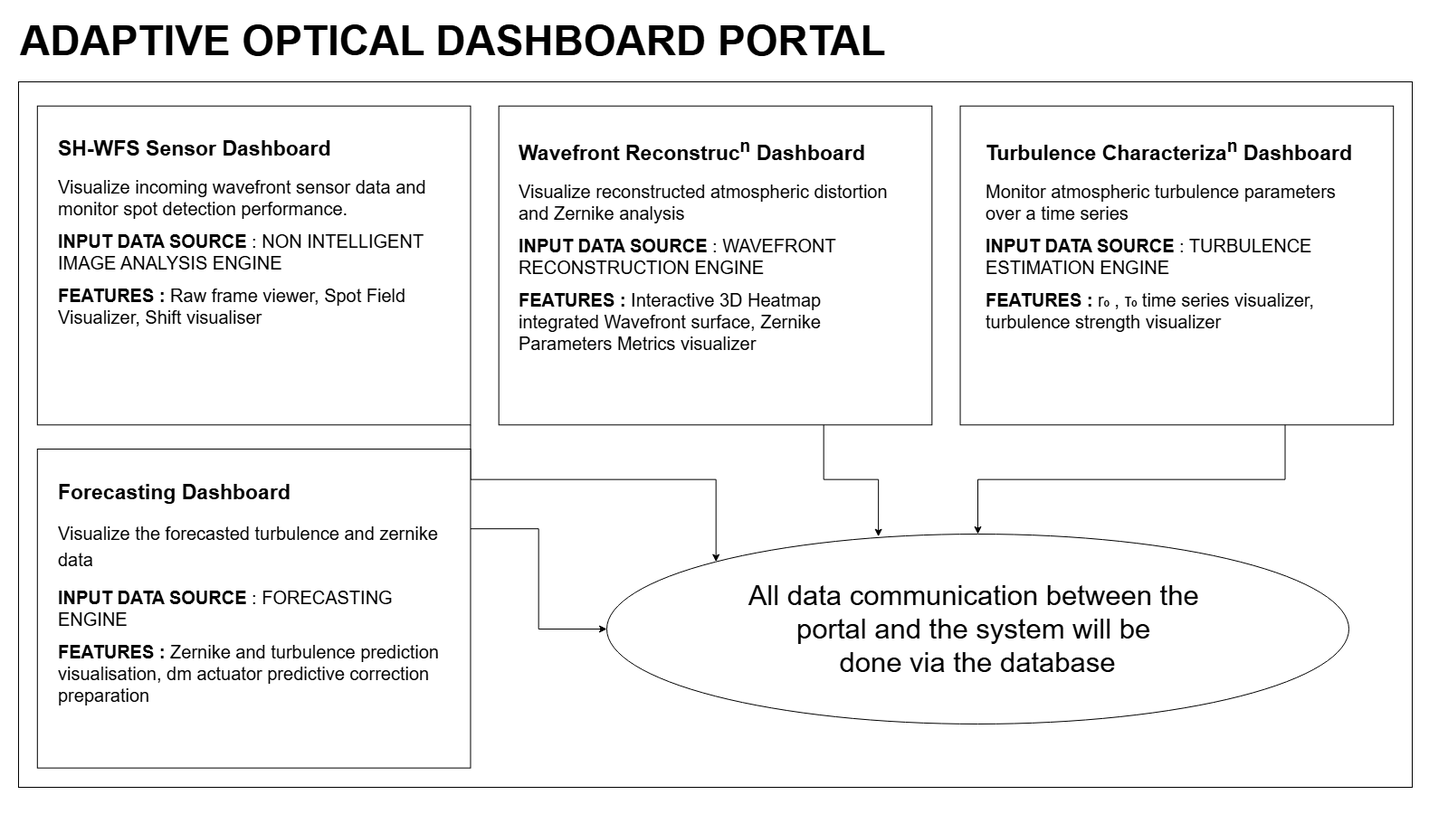
The draw.io diagram static/modal-1.png in preetmish086/bah-wavefront-reconstruction, before a commit. Source tidied: cells renumbered, new cells last; positions are measured from the earlier drawing's top-left corner, leaving out a move shared by most shapes.
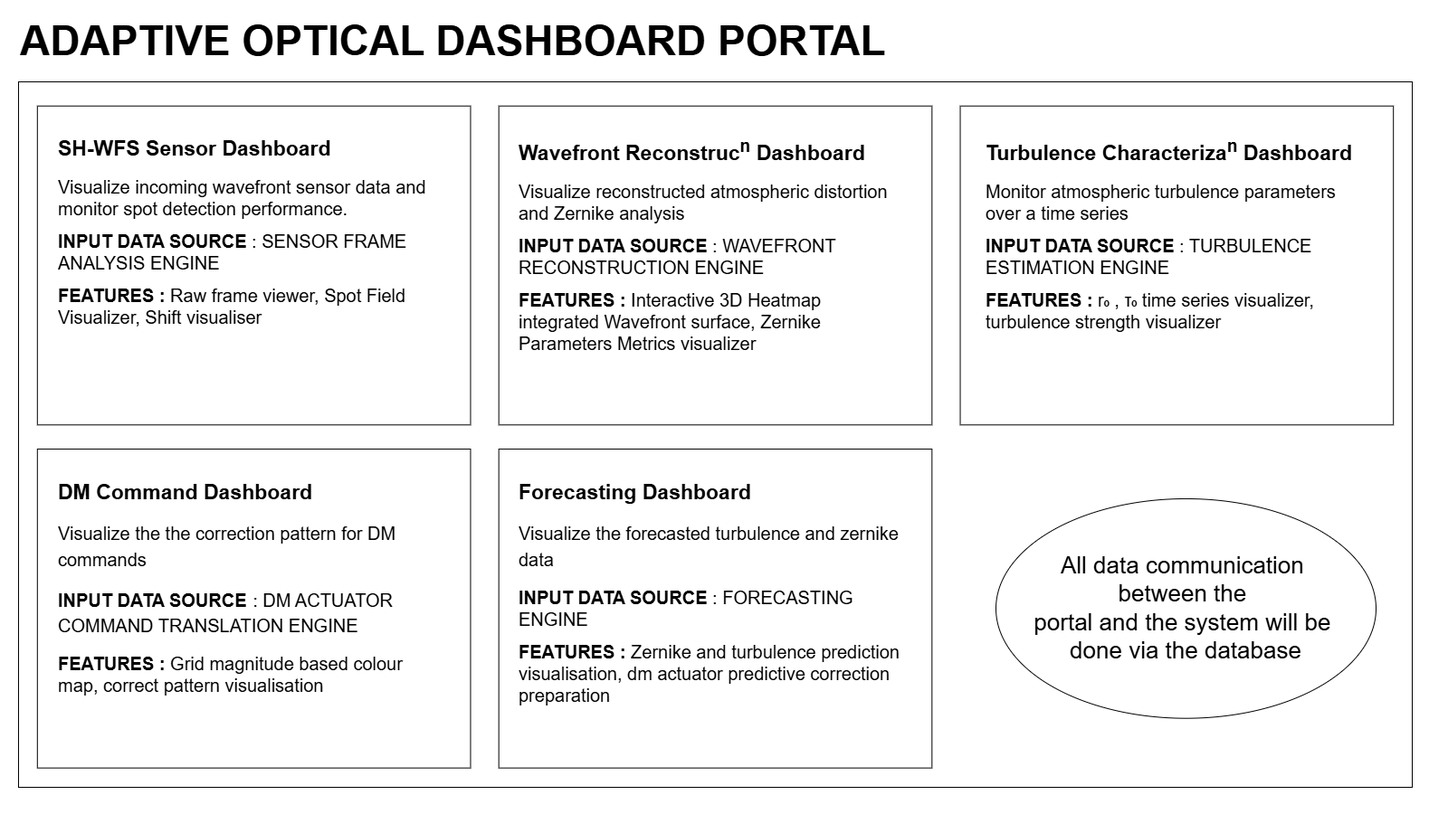
After the change.

Change to the diagram source:
```diff
@@ -8,22 +8,16 @@
     <mxCell id="3" style="rounded=0;whiteSpace=wrap;html=1;fillColor=none;" parent="1" vertex="1">
       <mxGeometry y="60" width="1540" height="780" as="geometry" />
     </mxCell>
-    <mxCell id="4" style="edgeStyle=orthogonalEdgeStyle;rounded=0;jettySize=auto;html=1;exitX=1;exitY=1;exitDx=0;exitDy=0;entryX=0;entryY=0;entryDx=0;entryDy=0;" parent="1" edge="1" source="5" target="14">
-      <mxGeometry relative="1" as="geometry" />
-    </mxCell>
     <mxCell id="5" style="rounded=0;whiteSpace=wrap;html=1;" parent="1" vertex="1">
       <mxGeometry x="20.8" y="86.7" width="478.6" height="352.6" as="geometry" />
     </mxCell>
     <mxCell id="6" style="rounded=0;whiteSpace=wrap;html=1;" parent="1" vertex="1">
       <mxGeometry x="1040.5" y="86.7" width="478.6" height="352.6" as="geometry" />
     </mxCell>
-    <mxCell id="7" style="edgeStyle=orthogonalEdgeStyle;rounded=0;jettySize=auto;html=1;exitX=1;exitY=0.25;exitDx=0;exitDy=0;entryX=0;entryY=0.5;entryDx=0;entryDy=0;" parent="1" edge="1" source="8" target="14">
-      <mxGeometry relative="1" as="geometry" />
-    </mxCell>
     <mxCell id="8" style="rounded=0;whiteSpace=wrap;html=1;" parent="1" vertex="1">
-      <mxGeometry x="20.8" y="466" width="478.6" height="352.6" as="geometry" />
+      <mxGeometry x="530.7" y="466" width="478.6" height="352.6" as="geometry" />
     </mxCell>
-    <mxCell id="9" value="&lt;h1 style=&quot;margin-top: 0px;&quot;&gt;&lt;font style=&quot;font-size: 23px;&quot;&gt;SH-WFS Sensor Dashboard&lt;/font&gt;&lt;/h1&gt;&lt;p&gt;&lt;font style=&quot;font-size: 20px;&quot;&gt;Visualize incoming wavefront sensor data and monitor spot detection performance.&lt;br&gt;&lt;/font&gt;&lt;/p&gt;&lt;p&gt;&lt;span style=&quot;font-size: 20px;&quot;&gt;&lt;b&gt;INPUT DATA SOURCE &lt;/b&gt;:&amp;nbsp;&lt;/span&gt;&lt;span style=&quot;background-color: transparent; font-size: 20px;&quot;&gt;NON INTELLIGENT IMAGE ANALYSIS ENGINE&lt;/span&gt;&lt;/p&gt;&lt;p&gt;&lt;span style=&quot;font-size: 20px;&quot;&gt;&lt;b&gt;FEATURES : &lt;/b&gt;Raw frame viewer, Spot Field Visualizer, Shift visualiser&lt;/span&gt;&lt;/p&gt;" style="text;html=1;whiteSpace=wrap;overflow=hidden;rounded=0;" parent="1" vertex="1">
+    <mxCell id="9" value="&lt;h1 style=&quot;margin-top: 0px;&quot;&gt;&lt;font style=&quot;font-size: 23px;&quot;&gt;SH-WFS Sensor Dashboard&lt;/font&gt;&lt;/h1&gt;&lt;p&gt;&lt;font style=&quot;font-size: 20px;&quot;&gt;Visualize incoming wavefront sensor data and monitor spot detection performance.&lt;br&gt;&lt;/font&gt;&lt;/p&gt;&lt;p&gt;&lt;span style=&quot;font-size: 20px;&quot;&gt;&lt;b&gt;INPUT DATA SOURCE &lt;/b&gt;: SENSOR FRAME ANALYSIS ENGINE&lt;/span&gt;&lt;/p&gt;&lt;p&gt;&lt;span style=&quot;font-size: 20px;&quot;&gt;&lt;b&gt;FEATURES : &lt;/b&gt;Raw frame viewer, Spot Field Visualizer, Shift visualiser&lt;/span&gt;&lt;/p&gt;" style="text;html=1;whiteSpace=wrap;overflow=hidden;rounded=0;" parent="1" vertex="1">
       <mxGeometry x="41.6" y="113.4" width="426.6" height="299.2" as="geometry" />
     </mxCell>
     <mxCell id="10" style="rounded=0;whiteSpace=wrap;html=1;" parent="1" vertex="1">
@@ -36,16 +30,16 @@
       <mxGeometry x="1066.6" y="113.4" width="426.6" height="299.2" as="geometry" />
     </mxCell>
     <mxCell id="13" value="&lt;h1 style=&quot;margin-top: 0px;&quot;&gt;&lt;span style=&quot;background-color: transparent; font-size: 23px;&quot;&gt;Forecasting Dashboard&lt;/span&gt;&lt;/h1&gt;&lt;h1 style=&quot;margin-top: 0px;&quot;&gt;&lt;span style=&quot;background-color: transparent; font-size: 20px; font-weight: 400;&quot;&gt;Visualize the forecasted turbulence and zernike data&lt;/span&gt;&lt;/h1&gt;&lt;p&gt;&lt;span style=&quot;font-size: 20px;&quot;&gt;&lt;b&gt;INPUT DATA SOURCE &lt;/b&gt;: FORECASTING ENGINE&lt;/span&gt;&lt;/p&gt;&lt;p&gt;&lt;span style=&quot;font-size: 20px;&quot;&gt;&lt;b&gt;FEATURES : &lt;/b&gt;Zernike and turbulence prediction visualisation, dm actuator predictive correction preparation&lt;/span&gt;&lt;/p&gt;" style="text;html=1;whiteSpace=wrap;overflow=hidden;rounded=0;" parent="1" vertex="1">
-      <mxGeometry x="41.6" y="492.7" width="426.6" height="299.2" as="geometry" />
+      <mxGeometry x="551.5" y="492.7" width="426.6" height="299.2" as="geometry" />
     </mxCell>
-    <mxCell id="14" value="&lt;span style=&quot;font-size: 31px;&quot;&gt;All data communication between the&amp;nbsp;&lt;/span&gt;&lt;div&gt;&lt;span style=&quot;font-size: 31px;&quot;&gt;portal and the system will be&amp;nbsp;&lt;/span&gt;&lt;/div&gt;&lt;div&gt;&lt;span style=&quot;font-size: 31px;&quot;&gt;done via the database&lt;/span&gt;&lt;/div&gt;" style="ellipse;whiteSpace=wrap;html=1;" parent="1" vertex="1">
-      <mxGeometry x="650" y="560" width="820" height="210" as="geometry" />
+    <mxCell id="14" value="&lt;span&gt;All data communication&amp;nbsp;&lt;/span&gt;&lt;div&gt;&lt;span&gt;between the&amp;nbsp;&lt;/span&gt;&lt;div&gt;&lt;span&gt;portal and the system will be&amp;nbsp;&lt;/span&gt;&lt;/div&gt;&lt;div&gt;&lt;span&gt;done via the database&lt;/span&gt;&lt;/div&gt;&lt;/div&gt;" style="ellipse;whiteSpace=wrap;html=1;fontSize=26;" parent="1" vertex="1">
+      <mxGeometry x="1080" y="521" width="420" height="242.7" as="geometry" />
     </mxCell>
-    <mxCell id="15" style="edgeStyle=orthogonalEdgeStyle;rounded=0;jettySize=auto;html=1;exitX=0.75;exitY=1;exitDx=0;exitDy=0;entryX=0.366;entryY=0.013;entryDx=0;entryDy=0;entryPerimeter=0;" parent="1" edge="1" source="10" target="14">
-      <mxGeometry relative="1" as="geometry" />
-    </mxCell>
-    <mxCell id="16" style="edgeStyle=orthogonalEdgeStyle;rounded=0;jettySize=auto;html=1;exitX=0.75;exitY=1;exitDx=0;exitDy=0;" parent="1" edge="1" source="6" target="14">
-      <mxGeometry relative="1" as="geometry" />
-    </mxCell>
+    <mxCell id="17" style="rounded=0;whiteSpace=wrap;html=1;" parent="1" vertex="1">
+      <mxGeometry x="20.8" y="466" width="478.6" height="352.6" as="geometry" />
+    </mxCell>
+    <mxCell id="18" value="&lt;h1 style=&quot;margin-top: 0px;&quot;&gt;&lt;span style=&quot;background-color: transparent; color: light-dark(rgb(0, 0, 0), rgb(255, 255, 255)); font-size: 23px;&quot;&gt;DM Command Dashboard&lt;/span&gt;&lt;/h1&gt;&lt;h1 style=&quot;margin-top: 0px;&quot;&gt;&lt;span style=&quot;background-color: transparent; font-size: 20px; font-weight: 400; color: light-dark(rgb(0, 0, 0), rgb(255, 255, 255));&quot;&gt;Visualize the the correction pattern for DM commands&lt;/span&gt;&lt;/h1&gt;&lt;h1 style=&quot;margin-top: 0px;&quot;&gt;&lt;span style=&quot;font-size: 20px; background-color: transparent; color: light-dark(rgb(0, 0, 0), rgb(255, 255, 255));&quot;&gt;INPUT DATA SOURCE&lt;/span&gt;&lt;b style=&quot;font-size: 20px; background-color: transparent; color: light-dark(rgb(0, 0, 0), rgb(255, 255, 255));&quot;&gt; &lt;/b&gt;&lt;span style=&quot;font-size: 20px; background-color: transparent; color: light-dark(rgb(0, 0, 0), rgb(255, 255, 255)); font-weight: normal;&quot;&gt;: DM ACTUATOR COMMAND TRANSLATION ENGINE&lt;/span&gt;&lt;/h1&gt;&lt;p&gt;&lt;span style=&quot;font-size: 20px;&quot;&gt;&lt;b&gt;FEATURES :&amp;nbsp;&lt;/b&gt;&lt;/span&gt;&lt;span style=&quot;background-color: transparent; color: light-dark(rgb(0, 0, 0), rgb(255, 255, 255)); font-size: 20px;&quot;&gt;Grid magnitude based colour map, correct pattern visualisation&lt;/span&gt;&lt;/p&gt;" style="text;html=1;whiteSpace=wrap;overflow=hidden;rounded=0;" parent="1" vertex="1">
+      <mxGeometry x="41.6" y="492.7" width="426.6" height="299.2" as="geometry" />
+    </mxCell>
   </root>
 </mxGraphModel>
```
